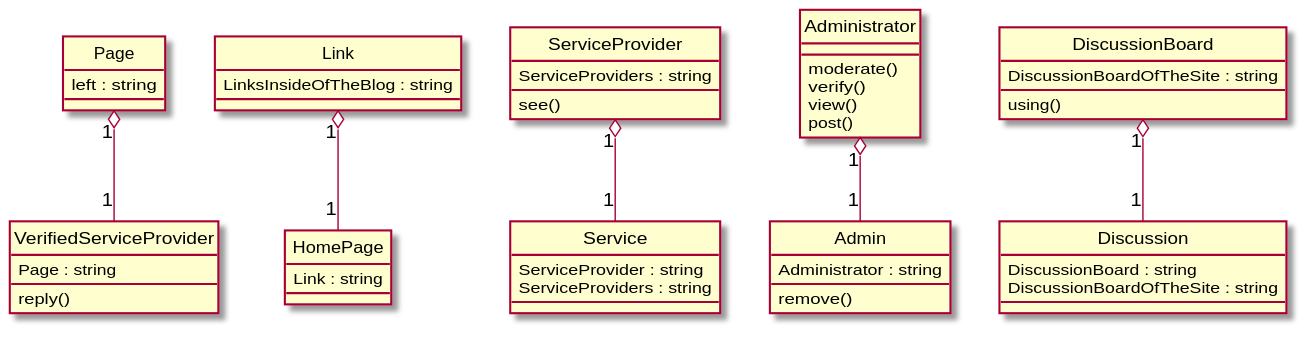
Earlier version of the PlantUML export Diagrams/2018-USC-Project02.svg (xixixhalu/DomainModelExtractor).
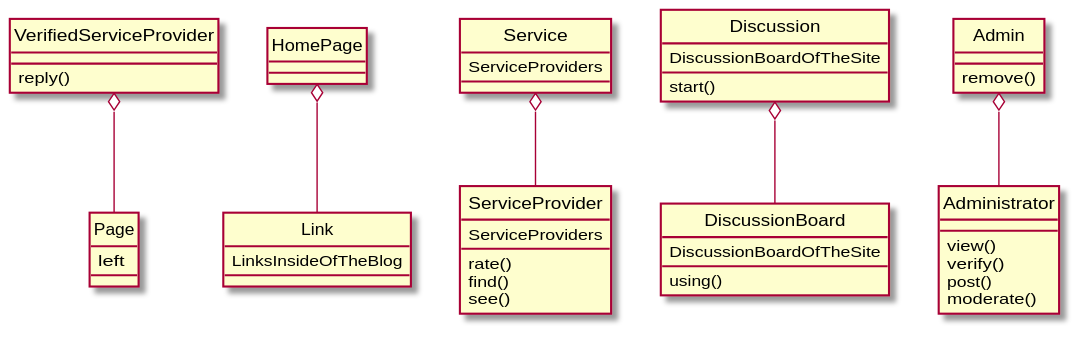
Later version of the same file.

The edit, as a diff of the source:
```diff
@@ -1,47 +1,45 @@
 @startuml
 hide circle
 class Page {
-	left : string
+	left
 }
 class VerifiedServiceProvider {
-	Page : string
 	reply()
 }
 class HomePage {
-	Link : string
 }
 class ServiceProvider {
-	ServiceProviders : string
+	ServiceProviders
+	rate()
+	find()
 	see()
 }
+class Discussion {
+	DiscussionBoardOfTheSite
+	start()
+}
+class Link {
+	LinksInsideOfTheBlog
+}
 class Admin {
-	Administrator : string
 	remove()
 }
-class Link {
-	LinksInsideOfTheBlog : string
+class DiscussionBoard {
+	DiscussionBoardOfTheSite
+	using()
 }
 class Service {
-	ServiceProvider : string
-	ServiceProviders : string
-}
-class DiscussionBoard {
-	DiscussionBoardOfTheSite : string
-	using()
-}
-class Discussion {
-	DiscussionBoard : string
-	DiscussionBoardOfTheSite : string
+	ServiceProviders
 }
 class Administrator {
+	view()
+	verify()
+	post()
 	moderate()
-	verify()
-	view()
-	post()
 }
-Administrator "1" o-- "1" Admin
-ServiceProvider "1" o-- "1" Service
-DiscussionBoard "1" o-- "1" Discussion
-Page "1" o-- "1" VerifiedServiceProvider
-Link "1" o-- "1" HomePage
+Service o-- ServiceProvider
+VerifiedServiceProvider o-- Page
+HomePage o-- Link
+Discussion o-- DiscussionBoard
+Admin o-- Administrator
 @enduml
```
